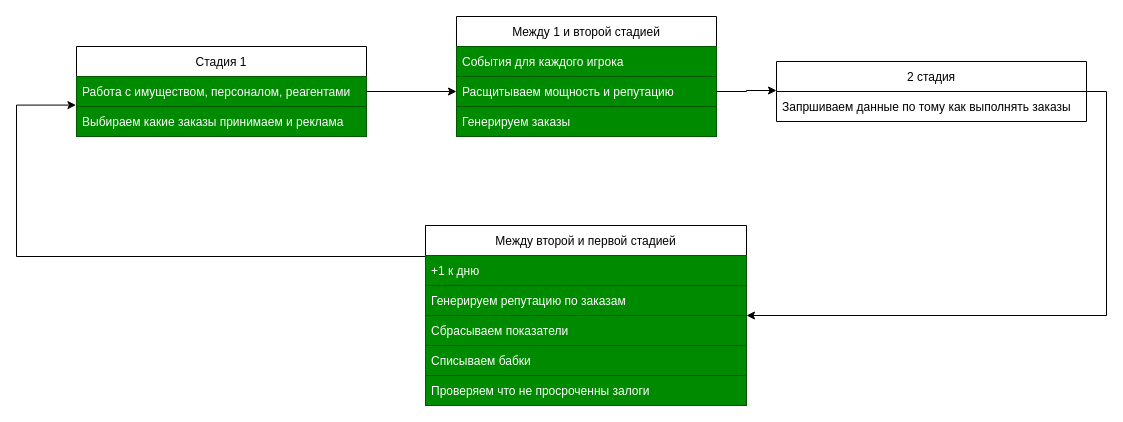
This is page "Page-7" (7 of 8) of dev/classes.drawio from korshunovamm/InnPrac, a draw.io file, before an edit. Source tidied: cells renumbered, new cells numbered last; positions are measured from the earlier drawing's top-left corner, leaving out a move shared by most shapes. Both pictures are drawn from the tidied source at 100%, with x=0, y=0 at pixel (16, 16).
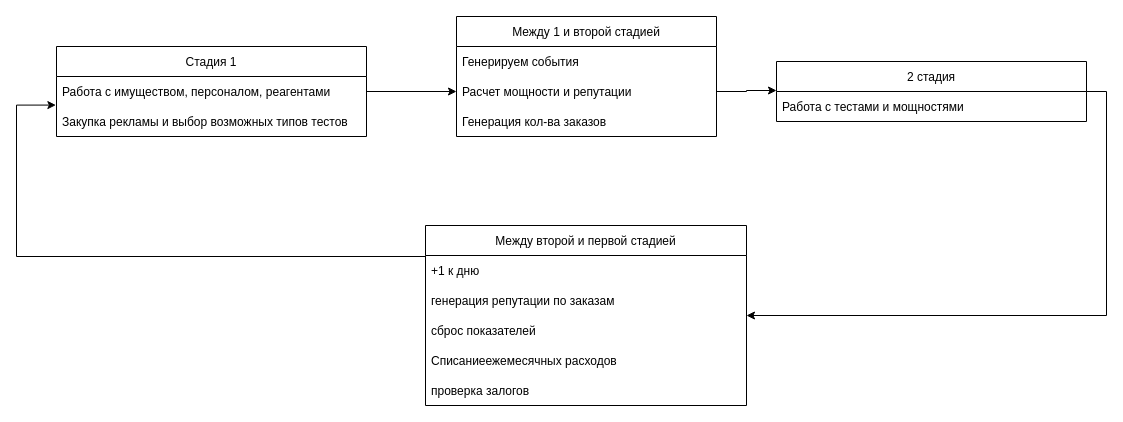
The same diagram, later.

Unchanged cells that the change refers to:
```xml
<mxCell id="5" value="Между 1 и второй стадией" style="swimlane;fontStyle=0;horizontal=1;startSize=30;" parent="1" vertex="1">
  <mxGeometry x="440" width="260" height="120" as="geometry" />
</mxCell>
<mxCell id="11" value="2 стадия" style="swimlane;fontStyle=0;horizontal=1;startSize=30;" parent="1" vertex="1">
  <mxGeometry x="760" y="45" width="310" height="60" as="geometry" />
</mxCell>
```

Diff of the diagram source:
```diff
@@
     <mxCell id="2" value="Стадия 1" style="swimlane;fontStyle=0;horizontal=1;startSize=30;" parent="1" vertex="1">
-      <mxGeometry x="60" y="30" width="290" height="90" as="geometry" />
+      <mxGeometry x="40" y="30" width="310" height="90" as="geometry" />
     </mxCell>
-    <mxCell id="3" value="Работа с имуществом, персоналом, реагентами" style="text;strokeColor=#005700;fillColor=#008a00;align=left;verticalAlign=middle;spacingLeft=4;spacingRight=4;overflow=hidden;points=[[0,0.5],[1,0.5]];portConstraint=eastwest;fontColor=#ffffff;" parent="2" vertex="1">
-      <mxGeometry y="30" width="290" height="30" as="geometry" />
+    <mxCell id="3" value="Работа с имуществом, персоналом, реагентами" style="text;align=left;verticalAlign=middle;spacingLeft=4;spacingRight=4;overflow=hidden;points=[[0,0.5],[1,0.5]];portConstraint=eastwest;" parent="2" vertex="1">
+      <mxGeometry y="30" width="310" height="30" as="geometry" />
     </mxCell>
-    <mxCell id="4" value="Выбираем какие заказы принимаем и реклама" style="text;strokeColor=#005700;fillColor=#008a00;align=left;verticalAlign=middle;spacingLeft=4;spacingRight=4;overflow=hidden;points=[[0,0.5],[1,0.5]];portConstraint=eastwest;fontColor=#ffffff;" parent="2" vertex="1">
-      <mxGeometry y="60" width="290" height="30" as="geometry" />
+    <mxCell id="4" value="Закупка рекламы и выбор возможных типов тестов" style="text;align=left;verticalAlign=middle;spacingLeft=4;spacingRight=4;overflow=hidden;points=[[0,0.5],[1,0.5]];portConstraint=eastwest;" parent="2" vertex="1">
+      <mxGeometry y="60" width="310" height="30" as="geometry" />
     </mxCell>
@@
-    <mxCell id="6" value="События для каждого игрока" style="text;strokeColor=#005700;fillColor=#008a00;align=left;verticalAlign=middle;spacingLeft=4;spacingRight=4;overflow=hidden;fontColor=#ffffff;" parent="5" vertex="1">
+    <mxCell id="6" value="Генерируем события" style="text;align=left;verticalAlign=middle;spacingLeft=4;spacingRight=4;overflow=hidden;" parent="5" vertex="1">
       <mxGeometry y="30" width="260" height="30" as="geometry" />
     </mxCell>
-    <mxCell id="7" value="Расщитываем мощность и репутацию" style="text;strokeColor=#005700;fillColor=#008a00;align=left;verticalAlign=middle;spacingLeft=4;spacingRight=4;overflow=hidden;fontColor=#ffffff;" parent="5" vertex="1">
+    <mxCell id="7" value="Расчет мощности и репутации" style="text;align=left;verticalAlign=middle;spacingLeft=4;spacingRight=4;overflow=hidden;" parent="5" vertex="1">
       <mxGeometry y="60" width="260" height="30" as="geometry" />
     </mxCell>
-    <mxCell id="8" value="Генерируем заказы" style="text;strokeColor=#005700;fillColor=#008a00;align=left;verticalAlign=middle;spacingLeft=4;spacingRight=4;overflow=hidden;fontColor=#ffffff;" parent="5" vertex="1">
+    <mxCell id="8" value="Генерация кол-ва заказов" style="text;align=left;verticalAlign=middle;spacingLeft=4;spacingRight=4;overflow=hidden;" parent="5" vertex="1">
       <mxGeometry y="90" width="260" height="30" as="geometry" />
     </mxCell>
@@
-    <mxCell id="12" value="Запршиваем данные по тому как выполнять заказы" style="text;strokeColor=none;fillColor=none;align=left;verticalAlign=middle;spacingLeft=4;spacingRight=4;overflow=hidden;" parent="11" vertex="1">
-      <mxGeometry y="30" width="310" height="30" as="geometry" />
-    </mxCell>
+    <mxCell id="21" value="Работа с тестами и мощностями" style="text;align=left;verticalAlign=middle;spacingLeft=4;spacingRight=4;overflow=hidden;" parent="11" vertex="1">
+      <mxGeometry y="30" width="310" height="30" as="geometry" />
+    </mxCell>
@@
-    <mxCell id="15" value="Между второй и первой стадией" style="swimlane;fontStyle=0;horizontal=1;startSize=30;fillColor=none;" parent="1" vertex="1">
+    <mxCell id="15" value="Между второй и первой стадией" style="swimlane;fontStyle=0;horizontal=1;startSize=30;" parent="1" vertex="1">
       <mxGeometry x="409" y="209" width="321" height="180" as="geometry" />
     </mxCell>
-    <mxCell id="16" value="+1 к дню" style="text;strokeColor=#005700;fillColor=#008a00;align=left;verticalAlign=middle;spacingLeft=4;spacingRight=4;overflow=hidden;fontColor=#ffffff;" parent="15" vertex="1">
+    <mxCell id="16" value="+1 к дню" style="text;align=left;verticalAlign=middle;spacingLeft=4;spacingRight=4;overflow=hidden;" parent="15" vertex="1">
       <mxGeometry y="30" width="321" height="30" as="geometry" />
     </mxCell>
-    <mxCell id="17" value="Генерируем репутацию по заказам" style="text;strokeColor=#005700;fillColor=#008a00;align=left;verticalAlign=middle;spacingLeft=4;spacingRight=4;overflow=hidden;fontColor=#ffffff;" parent="15" vertex="1">
+    <mxCell id="17" value="генерация репутации по заказам" style="text;align=left;verticalAlign=middle;spacingLeft=4;spacingRight=4;overflow=hidden;" parent="15" vertex="1">
       <mxGeometry y="60" width="321" height="30" as="geometry" />
     </mxCell>
-    <mxCell id="18" value="Сбрасываем показатели" style="text;strokeColor=#005700;fillColor=#008a00;align=left;verticalAlign=middle;spacingLeft=4;spacingRight=4;overflow=hidden;fontColor=#ffffff;" parent="15" vertex="1">
+    <mxCell id="18" value="сброс показателей" style="text;align=left;verticalAlign=middle;spacingLeft=4;spacingRight=4;overflow=hidden;" parent="15" vertex="1">
       <mxGeometry y="90" width="321" height="30" as="geometry" />
     </mxCell>
-    <mxCell id="19" value="Cписываем бабки" style="text;strokeColor=#005700;fillColor=#008a00;align=left;verticalAlign=middle;spacingLeft=4;spacingRight=4;overflow=hidden;fontColor=#ffffff;" parent="15" vertex="1">
+    <mxCell id="19" value="Cписаниеежемесячных расходов" style="text;align=left;verticalAlign=middle;spacingLeft=4;spacingRight=4;overflow=hidden;" parent="15" vertex="1">
       <mxGeometry y="120" width="321" height="30" as="geometry" />
     </mxCell>
-    <mxCell id="20" value="Проверяем что не просроченны залоги" style="text;strokeColor=#005700;fillColor=#008a00;align=left;verticalAlign=middle;spacingLeft=4;spacingRight=4;overflow=hidden;fontColor=#ffffff;" parent="15" vertex="1">
+    <mxCell id="20" value="проверка залогов" style="text;align=left;verticalAlign=middle;spacingLeft=4;spacingRight=4;overflow=hidden;" parent="15" vertex="1">
       <mxGeometry y="150" width="321" height="30" as="geometry" />
     </mxCell>
```
